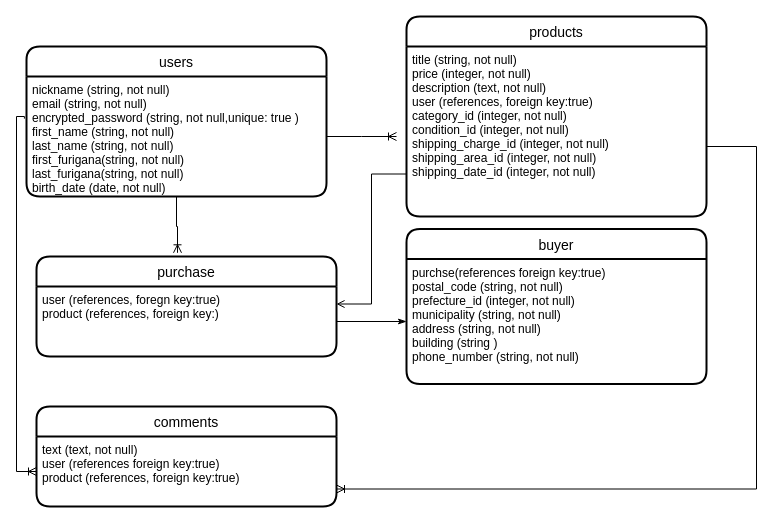
The draw.io diagram er.dio in maaakun38/furima-31914, before the edit. Source tidied: cells renumbered, new cells numbered last; positions are measured from the earlier drawing's top-left corner, leaving out a move shared by most shapes. Both pictures are drawn from the tidied source at 100%, with x=0, y=0 at pixel (16, 16).
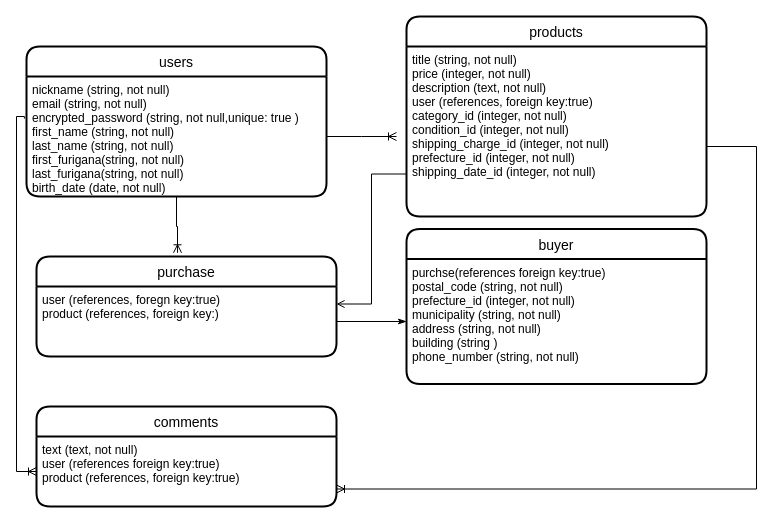
The same diagram, later.

Unchanged cells that the change refers to:
```xml
<mxCell id="6" value="products" style="swimlane;horizontal=1;startSize=30;rounded=1;fontSize=14;fontStyle=0;strokeWidth=2;shadow=0;dashed=0;align=center;" parent="1" vertex="1">
  <mxGeometry x="390" width="300" height="200" as="geometry" />
</mxCell>
```

Change to the diagram source:
```diff
@@
-    <mxCell id="7" value="title (string, not null)&#10;price (integer, not null)&#10;description (text, not null)&#10;user (references, foreign key:true)&#10;category_id (integer, not null)&#10;condition_id (integer, not null)&#10;shipping_charge_id (integer, not null)&#10;shipping_area_id (integer, not null)&#10;shipping_date_id (integer, not null) " style="align=left;strokeColor=none;fillColor=none;spacingLeft=4;fontSize=12;verticalAlign=top;" parent="6" vertex="1">
+    <mxCell id="7" value="title (string, not null)&#10;price (integer, not null)&#10;description (text, not null)&#10;user (references, foreign key:true)&#10;category_id (integer, not null)&#10;condition_id (integer, not null)&#10;shipping_charge_id (integer, not null)&#10;prefecture_id (integer, not null)&#10;shipping_date_id (integer, not null) " style="align=left;strokeColor=none;fillColor=none;spacingLeft=4;fontSize=12;verticalAlign=top;" parent="6" vertex="1">
       <mxGeometry y="30" width="300" height="170" as="geometry" />
     </mxCell>
```
